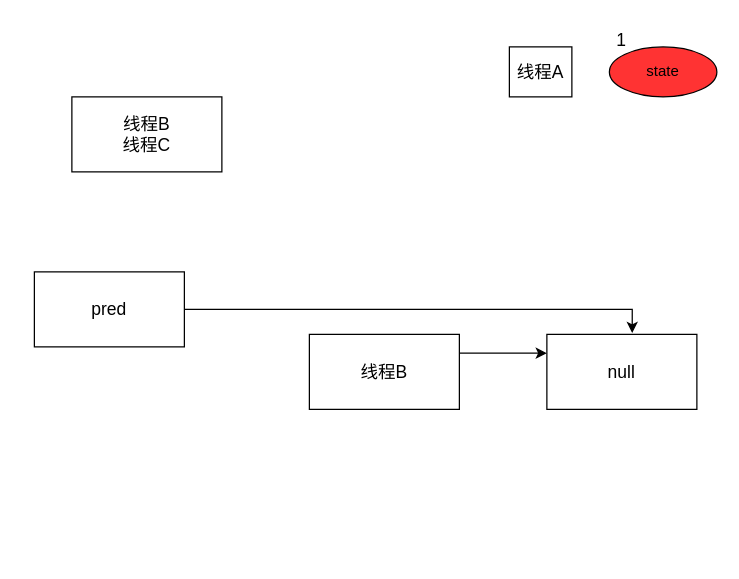
Above: cas_源码.drawio in IamNotDyz/diagrams_dyz (draw.io), before the change. Source tidied: cells renumbered, new cells numbered last; positions are measured from the earlier drawing's top-left corner, leaving out a move shared by most shapes. Both pictures are drawn from the tidied source at 125%, with x=0, y=0 at pixel (34, 21).
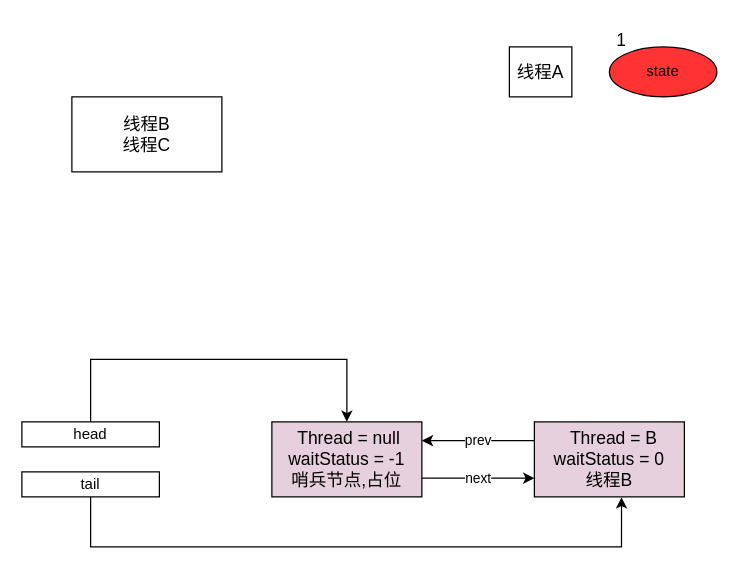
The same page after the edit.

What changed in the source:
```diff
@@
-    <mxCell id="6" style="edgeStyle=orthogonalEdgeStyle;rounded=0;jettySize=auto;html=1;exitX=1;exitY=0.25;exitDx=0;exitDy=0;fontSize=14;" parent="1" edge="1" source="7">
-      <mxGeometry relative="1" as="geometry">
-        <mxPoint x="410" y="265" as="targetPoint" />
-      </mxGeometry>
-    </mxCell>
+    <mxCell id="11" value="next" style="edgeStyle=orthogonalEdgeStyle;rounded=0;jettySize=auto;html=1;entryX=0;entryY=0.75;entryDx=0;entryDy=0;" parent="1" edge="1" source="7" target="17">
+      <mxGeometry relative="1" as="geometry">
+        <Array as="points">
+          <mxPoint x="330" y="365" />
+          <mxPoint x="330" y="365" />
+        </Array>
+      </mxGeometry>
+    </mxCell>
-    <mxCell id="7" value="线程B" style="rounded=0;whiteSpace=wrap;html=1;fontSize=14;fillColor=#FFFFFF;" parent="1" vertex="1">
-      <mxGeometry x="220" y="250" width="120" height="60" as="geometry" />
+    <mxCell id="7" value="&amp;nbsp; Thread = null&lt;span style=&quot;white-space: pre&quot;&gt; &lt;/span&gt;&lt;br&gt;waitStatus = -1&lt;br&gt;哨兵节点,占位" style="rounded=0;whiteSpace=wrap;html=1;fontSize=14;fillColor=#E6D0DE;" parent="1" vertex="1">
+      <mxGeometry x="190" y="320" width="120" height="60" as="geometry" />
     </mxCell>
-    <mxCell id="8" value="null" style="rounded=0;whiteSpace=wrap;html=1;fontSize=14;fillColor=#FFFFFF;" parent="1" vertex="1">
-      <mxGeometry x="410" y="250" width="120" height="60" as="geometry" />
-    </mxCell>
-    <mxCell id="9" style="edgeStyle=orthogonalEdgeStyle;rounded=0;jettySize=auto;html=1;exitX=1;exitY=0.5;exitDx=0;exitDy=0;entryX=0.569;entryY=-0.017;entryDx=0;entryDy=0;entryPerimeter=0;fontSize=14;" parent="1" edge="1" source="10" target="8">
-      <mxGeometry relative="1" as="geometry" />
-    </mxCell>
-    <mxCell id="10" value="pred" style="rounded=0;whiteSpace=wrap;html=1;fontSize=14;fillColor=#FFFFFF;" parent="1" vertex="1">
-      <mxGeometry y="200" width="120" height="60" as="geometry" />
-    </mxCell>
+    <mxCell id="12" style="edgeStyle=orthogonalEdgeStyle;rounded=0;jettySize=auto;html=1;exitX=0.5;exitY=0;exitDx=0;exitDy=0;entryX=0.5;entryY=0;entryDx=0;entryDy=0;" parent="1" edge="1" source="13" target="7">
+      <mxGeometry relative="1" as="geometry">
+        <Array as="points">
+          <mxPoint x="45" y="270" />
+          <mxPoint x="250" y="270" />
+        </Array>
+      </mxGeometry>
+    </mxCell>
+    <mxCell id="13" value="head" style="rounded=0;whiteSpace=wrap;html=1;" parent="1" vertex="1">
+      <mxGeometry x="-10" y="320" width="110" height="20" as="geometry" />
+    </mxCell>
+    <mxCell id="14" style="edgeStyle=orthogonalEdgeStyle;rounded=0;jettySize=auto;html=1;entryX=0.581;entryY=1.006;entryDx=0;entryDy=0;entryPerimeter=0;" parent="1" edge="1" source="15" target="17">
+      <mxGeometry relative="1" as="geometry">
+        <Array as="points">
+          <mxPoint x="45" y="420" />
+          <mxPoint x="470" y="420" />
+        </Array>
+      </mxGeometry>
+    </mxCell>
+    <mxCell id="15" value="tail" style="rounded=0;whiteSpace=wrap;html=1;" parent="1" vertex="1">
+      <mxGeometry x="-10" y="360" width="110" height="20" as="geometry" />
+    </mxCell>
+    <mxCell id="16" value="prev" style="edgeStyle=orthogonalEdgeStyle;rounded=0;jettySize=auto;html=1;entryX=1;entryY=0.25;entryDx=0;entryDy=0;" parent="1" edge="1" source="17" target="7">
+      <mxGeometry relative="1" as="geometry">
+        <Array as="points">
+          <mxPoint x="380" y="335" />
+          <mxPoint x="380" y="335" />
+        </Array>
+      </mxGeometry>
+    </mxCell>
+    <mxCell id="17" value="&amp;nbsp; Thread = B&lt;br&gt;waitStatus = 0&lt;br&gt;线程B" style="rounded=0;whiteSpace=wrap;html=1;fontSize=14;fillColor=#E6D0DE;" parent="1" vertex="1">
+      <mxGeometry x="400" y="320" width="120" height="60" as="geometry" />
+    </mxCell>
```
